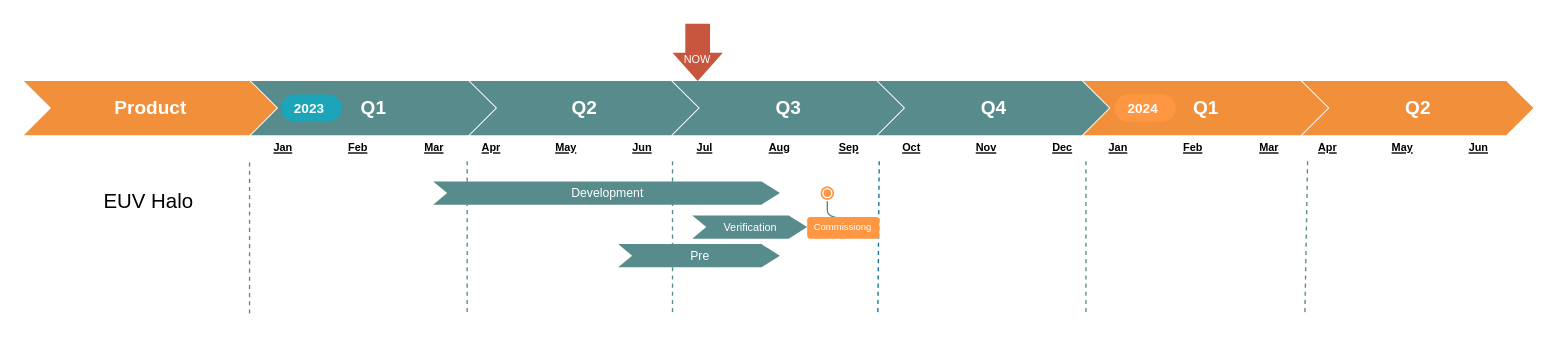
Before: page "EUV Halo" (2 of 8) of 0.Project Roadmap.drawio in EdwardsKorea/CommonDrawIO, a draw.io diagram. Source tidied: cells renumbered, new cells numbered last; positions are measured from the earlier drawing's top-left corner, leaving out a move shared by most shapes. Both pictures are drawn from the tidied source at 136%, with x=0, y=0 at pixel (23, 23).
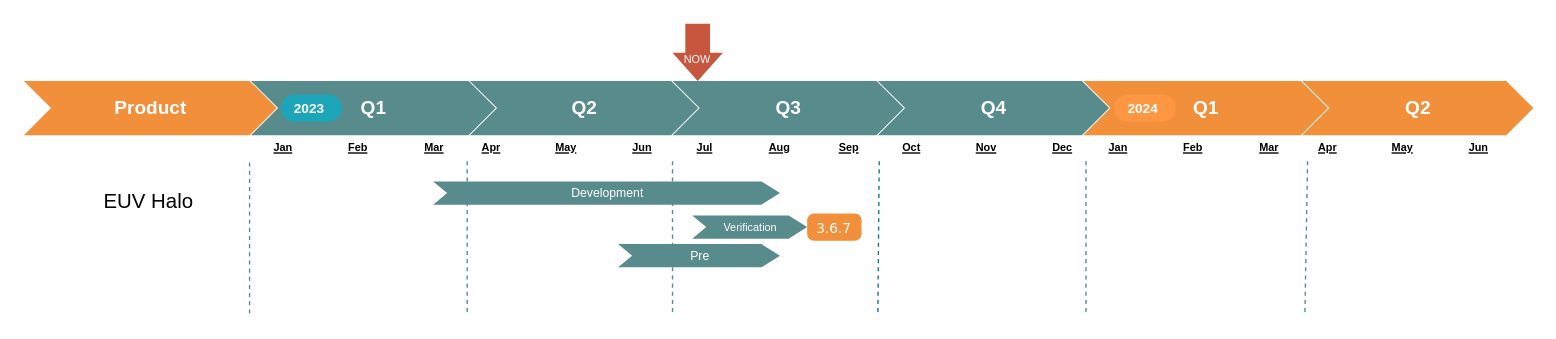
The same page after the edit.

The edit, as a diff of the source:
```diff
@@
-    <mxCell id="19" style="edgeStyle=orthogonalEdgeStyle;curved=1;jettySize=auto;html=1;entryX=0.499;entryY=0.056;entryDx=0;entryDy=0;entryPerimeter=0;strokeColor=#588b8b;strokeWidth=1;fontFamily=Helvetica;fontSize=8;fontColor=#FFFFFF;endArrow=none;endFill=0;" parent="1" edge="1" source="20" target="21">
-      <mxGeometry relative="1" as="geometry">
-        <Array as="points">
-          <mxPoint x="590.8" y="131" />
-          <mxPoint x="590.8" y="131" />
-        </Array>
-      </mxGeometry>
-    </mxCell>
-    <mxCell id="20" style="ellipse;shape=doubleEllipse;whiteSpace=wrap;html=1;labelBackgroundColor=none;strokeColor=#FFFFFF;fontFamily=Helvetica;fontSize=10;fontColor=#FFFFFF;fillColor=#FF9742;" parent="1" vertex="1">
-      <mxGeometry x="585.3" y="119" width="11" height="11" as="geometry" />
-    </mxCell>
-    <mxCell id="21" value="Commissiong" style="rounded=1;whiteSpace=wrap;html=1;labelBackgroundColor=none;strokeColor=none;fontFamily=Helvetica;fontSize=7;fontColor=#FFFFFF;fillColor=#FF9742;" parent="1" vertex="1">
-      <mxGeometry x="576" y="142" width="53.1" height="16" as="geometry" />
-    </mxCell>
@@
+    <mxCell id="43" value="3.6.7" style="html=1;shadow=0;dashed=0;shape=mxgraph.bootstrap.rrect;rSize=5;strokeColor=none;strokeWidth=1;fillColor=#F28f3b;fontColor=#FFFFFF;whiteSpace=wrap;align=center;verticalAlign=middle;spacingLeft=0;fontStyle=0;fontSize=10;spacing=5;fontFamily=Verdana;labelBackgroundColor=none;" parent="1" vertex="1">
+      <mxGeometry x="576" y="139.5" width="40" height="20" as="geometry" />
+    </mxCell>
```
